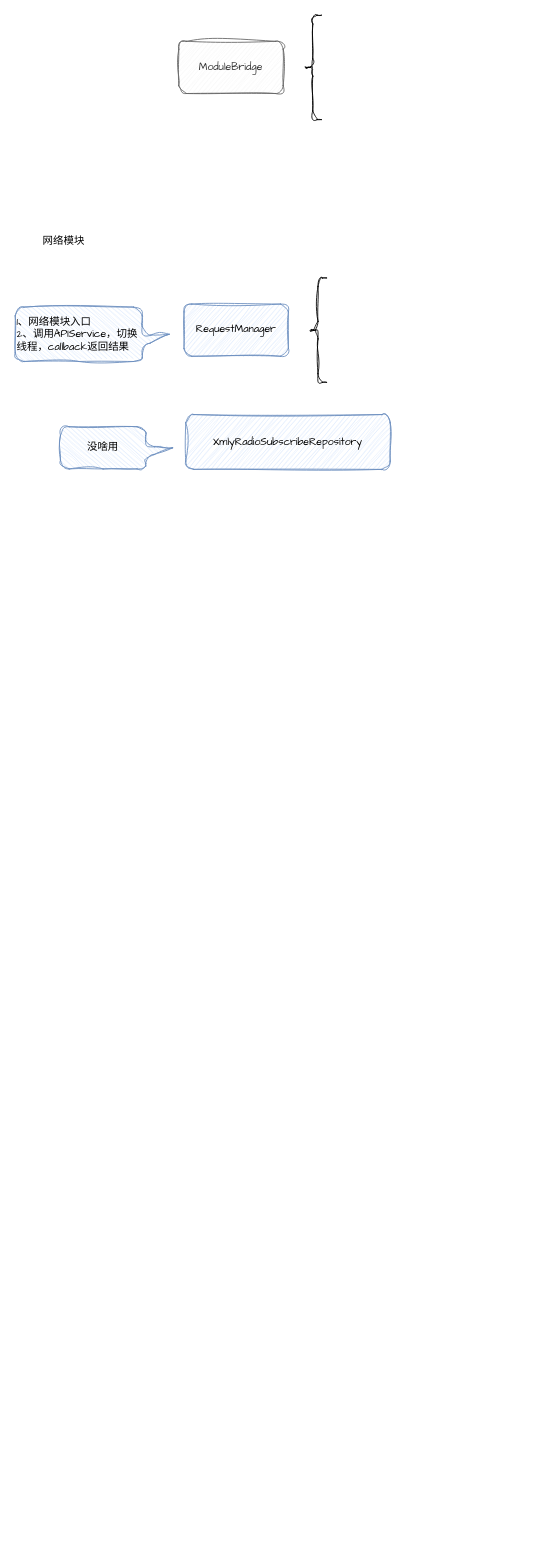
Above: 多媒体.drawio in TryLoveCatch/charts (draw.io), before the change. Source tidied: cells renumbered, new cells numbered last; positions are measured from the earlier drawing's top-left corner, leaving out a move shared by most shapes. Both pictures are drawn from the tidied source at 87%, with x=0, y=0 at pixel (15, 15).
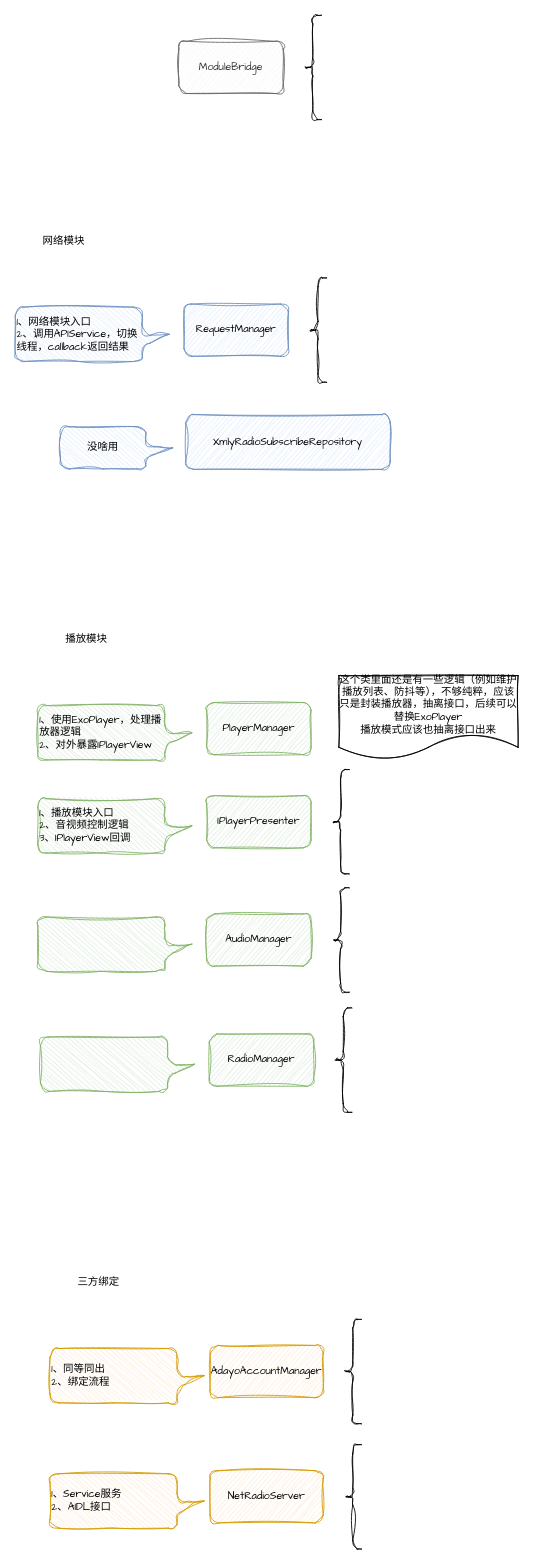
Above is the later version.

Commit message:
更新多媒体.drawio

What changed in the source:
```diff
@@
+    <mxCell id="10" value="PlayerManager" style="rounded=1;whiteSpace=wrap;html=1;sketch=1;curveFitting=1;jiggle=2;fontFamily=Comic Sans MS;fillColor=#d5e8d4;strokeColor=#82b366;" parent="1" vertex="1">
+      <mxGeometry x="220" y="790" width="120" height="60" as="geometry" />
+    </mxCell>
+    <mxCell id="11" value="1、使用ExoPlayer，处理播放器逻辑&lt;div&gt;2、对外暴露IPlayerView&lt;/div&gt;" style="shape=callout;whiteSpace=wrap;html=1;perimeter=calloutPerimeter;rounded=1;sketch=1;jiggle=2;curveFitting=1;strokeColor=#82b366;align=left;verticalAlign=middle;fontFamily=Comic Sans MS;fontSize=12;fillColor=#d5e8d4;flipV=0;flipH=0;direction=north;base=13;size=31;position=0.27;" parent="1" vertex="1">
+      <mxGeometry x="26" y="793.5" width="177" height="62.5" as="geometry" />
+    </mxCell>
+    <mxCell id="12" value="播放模块" style="text;html=1;align=center;verticalAlign=middle;whiteSpace=wrap;rounded=0;fontFamily=Comic Sans MS;fontSize=12;fontColor=default;" parent="1" vertex="1">
+      <mxGeometry x="52" y="703" width="60" height="30" as="geometry" />
+    </mxCell>
+    <mxCell id="13" value="AudioManager" style="rounded=1;whiteSpace=wrap;html=1;sketch=1;curveFitting=1;jiggle=2;fontFamily=Comic Sans MS;fillColor=#d5e8d4;strokeColor=#82b366;" parent="1" vertex="1">
+      <mxGeometry x="220" y="1033" width="120" height="60" as="geometry" />
+    </mxCell>
+    <mxCell id="14" style="shape=curlyBracket;whiteSpace=wrap;html=1;rounded=1;labelPosition=left;verticalLabelPosition=middle;align=right;verticalAlign=middle;sketch=1;jiggle=2;curveFitting=1;strokeColor=default;fontFamily=Comic Sans MS;fontSize=12;fontColor=default;fillColor=default;" parent="1" vertex="1">
+      <mxGeometry x="364" y="1003" width="20" height="120" as="geometry" />
+    </mxCell>
+    <mxCell id="15" style="shape=callout;whiteSpace=wrap;html=1;perimeter=calloutPerimeter;rounded=1;sketch=1;jiggle=2;curveFitting=1;strokeColor=#82b366;align=left;verticalAlign=middle;fontFamily=Comic Sans MS;fontSize=12;fillColor=#d5e8d4;flipV=0;flipH=0;direction=north;base=13;size=31;position=0.27;" parent="1" vertex="1">
+      <mxGeometry x="26" y="1036.5" width="177" height="62.5" as="geometry" />
+    </mxCell>
+    <mxCell id="16" value="IPlayerPresenter" style="rounded=1;whiteSpace=wrap;html=1;sketch=1;curveFitting=1;jiggle=2;fontFamily=Comic Sans MS;fillColor=#d5e8d4;strokeColor=#82b366;" parent="1" vertex="1">
+      <mxGeometry x="220" y="897" width="120" height="60" as="geometry" />
+    </mxCell>
+    <mxCell id="17" style="shape=curlyBracket;whiteSpace=wrap;html=1;rounded=1;labelPosition=left;verticalLabelPosition=middle;align=right;verticalAlign=middle;sketch=1;jiggle=2;curveFitting=1;strokeColor=default;fontFamily=Comic Sans MS;fontSize=12;fontColor=default;fillColor=default;" parent="1" vertex="1">
+      <mxGeometry x="364" y="867" width="20" height="120" as="geometry" />
+    </mxCell>
+    <mxCell id="18" value="1、播放模块入口&lt;div&gt;2、音视频控制逻辑&lt;/div&gt;&lt;div&gt;3、&lt;span style=&quot;background-color: initial;&quot;&gt;IPlayerView回调&lt;/span&gt;&lt;/div&gt;" style="shape=callout;whiteSpace=wrap;html=1;perimeter=calloutPerimeter;rounded=1;sketch=1;jiggle=2;curveFitting=1;strokeColor=#82b366;align=left;verticalAlign=middle;fontFamily=Comic Sans MS;fontSize=12;fillColor=#d5e8d4;flipV=0;flipH=0;direction=north;base=13;size=31;position=0.27;" parent="1" vertex="1">
+      <mxGeometry x="26" y="900.5" width="177" height="62.5" as="geometry" />
+    </mxCell>
+    <mxCell id="19" value="AdayoAccountManager" style="rounded=1;whiteSpace=wrap;html=1;sketch=1;curveFitting=1;jiggle=2;fontFamily=Comic Sans MS;fillColor=#ffe6cc;strokeColor=#d79b00;" parent="1" vertex="1">
+      <mxGeometry x="224" y="1529" width="130" height="60" as="geometry" />
+    </mxCell>
+    <mxCell id="20" style="shape=curlyBracket;whiteSpace=wrap;html=1;rounded=1;labelPosition=left;verticalLabelPosition=middle;align=right;verticalAlign=middle;sketch=1;jiggle=2;curveFitting=1;strokeColor=default;fontFamily=Comic Sans MS;fontSize=12;fontColor=default;fillColor=default;" parent="1" vertex="1">
+      <mxGeometry x="378" y="1499" width="20" height="120" as="geometry" />
+    </mxCell>
+    <mxCell id="21" value="1、同等同出&lt;br&gt;2、绑定流程" style="shape=callout;whiteSpace=wrap;html=1;perimeter=calloutPerimeter;rounded=1;sketch=1;jiggle=2;curveFitting=1;strokeColor=#d79b00;align=left;verticalAlign=middle;fontFamily=Comic Sans MS;fontSize=12;fillColor=#ffe6cc;flipV=0;flipH=0;direction=north;base=13;size=31;position=0.27;" parent="1" vertex="1">
+      <mxGeometry x="40" y="1532.5" width="177" height="62.5" as="geometry" />
+    </mxCell>
+    <mxCell id="22" value="三方绑定" style="text;html=1;align=center;verticalAlign=middle;whiteSpace=wrap;rounded=0;fontFamily=Comic Sans MS;fontSize=12;fontColor=default;" parent="1" vertex="1">
+      <mxGeometry x="66" y="1442" width="60" height="30" as="geometry" />
+    </mxCell>
+    <mxCell id="23" value="NetRadioServer" style="rounded=1;whiteSpace=wrap;html=1;sketch=1;curveFitting=1;jiggle=2;fontFamily=Comic Sans MS;fillColor=#ffe6cc;strokeColor=#d79b00;" parent="1" vertex="1">
+      <mxGeometry x="224" y="1673" width="130" height="60" as="geometry" />
+    </mxCell>
+    <mxCell id="24" style="shape=curlyBracket;whiteSpace=wrap;html=1;rounded=1;labelPosition=left;verticalLabelPosition=middle;align=right;verticalAlign=middle;sketch=1;jiggle=2;curveFitting=1;strokeColor=default;fontFamily=Comic Sans MS;fontSize=12;fontColor=default;fillColor=default;" parent="1" vertex="1">
+      <mxGeometry x="378" y="1643" width="20" height="120" as="geometry" />
+    </mxCell>
+    <mxCell id="25" value="1、Service服务&lt;div&gt;2、AIDL接口&lt;/div&gt;" style="shape=callout;whiteSpace=wrap;html=1;perimeter=calloutPerimeter;rounded=1;sketch=1;jiggle=2;curveFitting=1;strokeColor=#d79b00;align=left;verticalAlign=middle;fontFamily=Comic Sans MS;fontSize=12;fillColor=#ffe6cc;flipV=0;flipH=0;direction=north;base=13;size=31;position=0.27;" parent="1" vertex="1">
+      <mxGeometry x="40" y="1676.5" width="177" height="62.5" as="geometry" />
+    </mxCell>
+    <mxCell id="26" value="这个类里面还是有一些逻辑（例如维护播放列表、防抖等），不够纯粹，应该只是封装播放器，抽离接口，后续可以替换ExoPlayer&lt;div&gt;播放模式应该也抽离接口出来&lt;/div&gt;" style="shape=document;whiteSpace=wrap;html=1;boundedLbl=1;rounded=1;sketch=1;jiggle=2;curveFitting=1;strokeColor=default;align=center;verticalAlign=middle;fontFamily=Comic Sans MS;fontSize=12;fontColor=default;fillColor=default;" parent="1" vertex="1">
+      <mxGeometry x="372" y="759" width="206" height="97" as="geometry" />
+    </mxCell>
+    <mxCell id="27" value="RadioManager" style="rounded=1;whiteSpace=wrap;html=1;sketch=1;curveFitting=1;jiggle=2;fontFamily=Comic Sans MS;fillColor=#d5e8d4;strokeColor=#82b366;" parent="1" vertex="1">
+      <mxGeometry x="223" y="1171" width="120" height="60" as="geometry" />
+    </mxCell>
+    <mxCell id="28" style="shape=curlyBracket;whiteSpace=wrap;html=1;rounded=1;labelPosition=left;verticalLabelPosition=middle;align=right;verticalAlign=middle;sketch=1;jiggle=2;curveFitting=1;strokeColor=default;fontFamily=Comic Sans MS;fontSize=12;fontColor=default;fillColor=default;" parent="1" vertex="1">
+      <mxGeometry x="367" y="1141" width="20" height="120" as="geometry" />
+    </mxCell>
+    <mxCell id="29" style="shape=callout;whiteSpace=wrap;html=1;perimeter=calloutPerimeter;rounded=1;sketch=1;jiggle=2;curveFitting=1;strokeColor=#82b366;align=left;verticalAlign=middle;fontFamily=Comic Sans MS;fontSize=12;fillColor=#d5e8d4;flipV=0;flipH=0;direction=north;base=13;size=31;position=0.27;" parent="1" vertex="1">
+      <mxGeometry x="29" y="1174.5" width="177" height="62.5" as="geometry" />
+    </mxCell>
```
